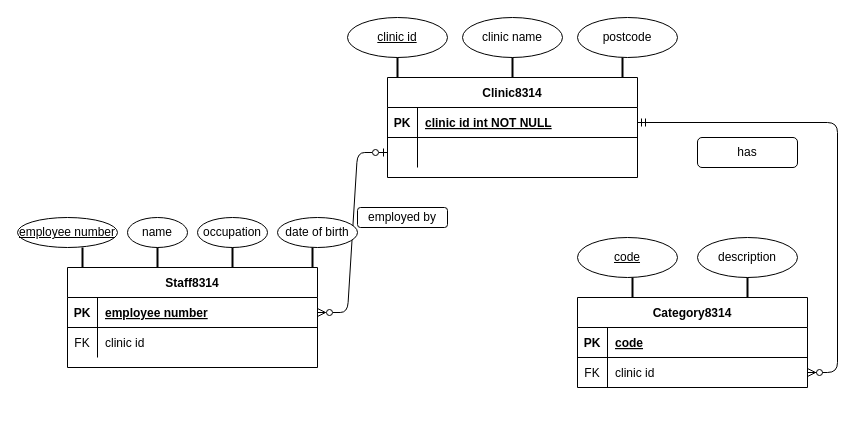
This is Untitled Diagram.drawio from ericli1228/ERD, a draw.io file, before an edit. Source tidied: cells renumbered, new cells numbered last; positions are measured from the earlier drawing's top-left corner, leaving out a move shared by most shapes. Both pictures are drawn from the tidied source at 100%, with x=0, y=0 at pixel (17, 17).
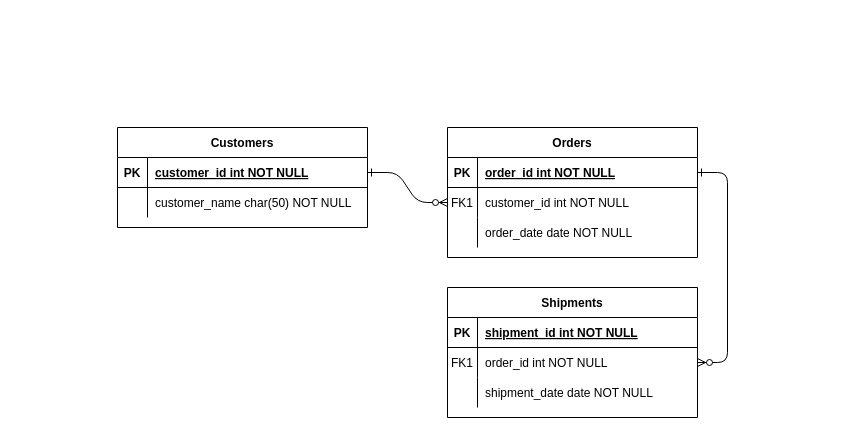
After the change.

Unchanged cells that the change refers to:
```xml
<mxCell id="5" style="shape=partialRectangle;fillColor=none;points=[[0,0.5],[1,0.5]];portConstraint=eastwest;top=0;left=0;right=0;bottom=1;" parent="4" vertex="1">
  <mxGeometry y="30" width="250" height="30" as="geometry" />
</mxCell>
<mxCell id="19" style="shape=partialRectangle;fillColor=none;points=[[0,0.5],[1,0.5]];portConstraint=eastwest;top=0;left=0;right=0;bottom=1;" parent="18" vertex="1">
  <mxGeometry y="30" width="250" height="30" as="geometry" />
</mxCell>
<mxCell id="22" style="shape=partialRectangle;fillColor=none;top=0;left=0;right=0;bottom=0;" parent="18" vertex="1">
  <mxGeometry y="60" width="250" height="30" as="geometry" />
</mxCell>
```

What changed in the source:
```diff
@@
-    <mxCell id="2" style="edgeStyle=entityRelationEdgeStyle;endArrow=ERzeroToOne;startArrow=ERzeroToMany;endFill=0;startFill=0;html=1;" parent="1" edge="1" source="19">
-      <mxGeometry relative="1" as="geometry">
-        <mxPoint x="370" y="135" as="targetPoint" />
-      </mxGeometry>
+    <mxCell id="2" style="edgeStyle=entityRelationEdgeStyle;endArrow=ERzeroToMany;startArrow=ERone;endFill=1;startFill=0;" parent="1" edge="1" source="19" target="45">
+      <mxGeometry relative="1" as="geometry" />
     </mxCell>
-    <mxCell id="3" style="edgeStyle=entityRelationEdgeStyle;endArrow=ERzeroToMany;startArrow=ERmandOne;endFill=1;startFill=0;" parent="1" edge="1" source="5" target="15">
+    <mxCell id="3" style="edgeStyle=entityRelationEdgeStyle;endArrow=ERzeroToMany;startArrow=ERone;endFill=1;startFill=0;" parent="1" edge="1" source="5" target="15">
       <mxGeometry relative="1" as="geometry" />
     </mxCell>
-    <mxCell id="4" value="Clinic8314" style="shape=table;startSize=30;childLayout=tableLayout;rowLines=0;fontStyle=1;align=center;" parent="1" vertex="1">
-      <mxGeometry x="370" y="60" width="250" height="100" as="geometry" />
+    <mxCell id="4" value="Orders" style="shape=table;startSize=30;childLayout=tableLayout;rowLines=0;fontStyle=1;align=center;" parent="1" vertex="1">
+      <mxGeometry x="430" y="110" width="250" height="130" as="geometry" />
     </mxCell>
@@
-    <mxCell id="7" value="clinic id int NOT NULL " style="shape=partialRectangle;overflow=hidden;fillColor=none;top=0;left=0;bottom=0;right=0;align=left;spacingLeft=6;fontStyle=5;" parent="5" vertex="1">
+    <mxCell id="7" value="order_id int NOT NULL " style="shape=partialRectangle;overflow=hidden;fillColor=none;top=0;left=0;bottom=0;right=0;align=left;spacingLeft=6;fontStyle=5;" parent="5" vertex="1">
       <mxGeometry x="30" width="220" height="30" as="geometry" />
     </mxCell>
+    <mxCell id="45" style="shape=partialRectangle;fillColor=none;points=[[0,0.5],[1,0.5]];portConstraint=eastwest;top=0;left=0;right=0;bottom=0;" parent="4" vertex="1">
+      <mxGeometry y="60" width="250" height="30" as="geometry" />
+    </mxCell>
+    <mxCell id="46" value="FK1" style="shape=partialRectangle;overflow=hidden;fillColor=none;top=0;left=0;bottom=0;right=0;" parent="45" vertex="1">
+      <mxGeometry width="30" height="30" as="geometry" />
+    </mxCell>
+    <mxCell id="47" value="customer_id int NOT NULL" style="shape=partialRectangle;overflow=hidden;fillColor=none;top=0;left=0;bottom=0;right=0;align=left;spacingLeft=6;" parent="45" vertex="1">
+      <mxGeometry x="30" width="220" height="30" as="geometry" />
+    </mxCell>
     <mxCell id="8" style="shape=partialRectangle;fillColor=none;top=0;left=0;right=0;bottom=0;" parent="4" vertex="1">
-      <mxGeometry y="60" width="250" height="30" as="geometry" />
+      <mxGeometry y="90" width="250" height="30" as="geometry" />
     </mxCell>
@@
-    <mxCell id="10" style="shape=partialRectangle;overflow=hidden;fillColor=none;top=0;left=0;bottom=0;right=0;align=left;spacingLeft=6;" parent="8" vertex="1">
+    <mxCell id="10" value="order_date date NOT NULL" style="shape=partialRectangle;overflow=hidden;fillColor=none;top=0;left=0;bottom=0;right=0;align=left;spacingLeft=6;" parent="8" vertex="1">
       <mxGeometry x="30" width="220" height="30" as="geometry" />
     </mxCell>
-    <mxCell id="11" value="Category8314" style="shape=table;startSize=30;childLayout=tableLayout;rowLines=0;fontStyle=1;align=center;" parent="1" vertex="1">
-      <mxGeometry x="560" y="280" width="230" height="90" as="geometry" />
+    <mxCell id="11" value="Shipments" style="shape=table;startSize=30;childLayout=tableLayout;rowLines=0;fontStyle=1;align=center;" parent="1" vertex="1">
+      <mxGeometry x="430" y="270" width="250" height="130" as="geometry" />
     </mxCell>
     <mxCell id="12" style="shape=partialRectangle;fillColor=none;top=0;left=0;right=0;bottom=1;" parent="11" vertex="1">
-      <mxGeometry y="30" width="230" height="30" as="geometry" />
+      <mxGeometry y="30" width="250" height="30" as="geometry" />
     </mxCell>
@@
-    <mxCell id="14" value="code" style="shape=partialRectangle;overflow=hidden;fillColor=none;top=0;left=0;bottom=0;right=0;align=left;spacingLeft=6;fontStyle=5;" parent="12" vertex="1">
-      <mxGeometry x="30" width="200" height="30" as="geometry" />
+    <mxCell id="14" value="shipment_id int NOT NULL " style="shape=partialRectangle;overflow=hidden;fillColor=none;top=0;left=0;bottom=0;right=0;align=left;spacingLeft=6;fontStyle=5;" parent="12" vertex="1">
+      <mxGeometry x="30" width="220" height="30" as="geometry" />
     </mxCell>
     <mxCell id="15" style="shape=partialRectangle;fillColor=none;points=[[0,0.5],[1,0.5]];portConstraint=eastwest;top=0;left=0;right=0;bottom=0;" parent="11" vertex="1">
-      <mxGeometry y="60" width="230" height="30" as="geometry" />
+      <mxGeometry y="60" width="250" height="30" as="geometry" />
     </mxCell>
-    <mxCell id="16" value="FK" style="shape=partialRectangle;overflow=hidden;fillColor=none;top=0;left=0;bottom=0;right=0;" parent="15" vertex="1">
+    <mxCell id="16" value="FK1" style="shape=partialRectangle;overflow=hidden;fillColor=none;top=0;left=0;bottom=0;right=0;" parent="15" vertex="1">
       <mxGeometry width="30" height="30" as="geometry" />
     </mxCell>
-    <mxCell id="17" value="clinic id" style="shape=partialRectangle;overflow=hidden;fillColor=none;top=0;left=0;bottom=0;right=0;align=left;spacingLeft=6;" parent="15" vertex="1">
-      <mxGeometry x="30" width="200" height="30" as="geometry" />
+    <mxCell id="17" value="order_id int NOT NULL" style="shape=partialRectangle;overflow=hidden;fillColor=none;top=0;left=0;bottom=0;right=0;align=left;spacingLeft=6;" parent="15" vertex="1">
+      <mxGeometry x="30" width="220" height="30" as="geometry" />
     </mxCell>
+    <mxCell id="48" style="shape=partialRectangle;fillColor=none;top=0;left=0;right=0;bottom=0;" parent="11" vertex="1">
+      <mxGeometry y="90" width="250" height="30" as="geometry" />
+    </mxCell>
+    <mxCell id="49" style="shape=partialRectangle;overflow=hidden;fillColor=none;top=0;left=0;bottom=0;right=0;" parent="48" vertex="1">
+      <mxGeometry width="30" height="30" as="geometry" />
+    </mxCell>
+    <mxCell id="50" value="shipment_date date NOT NULL" style="shape=partialRectangle;overflow=hidden;fillColor=none;top=0;left=0;bottom=0;right=0;align=left;spacingLeft=6;" parent="48" vertex="1">
+      <mxGeometry x="30" width="220" height="30" as="geometry" />
+    </mxCell>
-    <mxCell id="18" value="Staff8314" style="shape=table;startSize=30;childLayout=tableLayout;rowLines=0;fontStyle=1;align=center;" parent="1" vertex="1">
-      <mxGeometry x="50" y="250" width="250" height="100" as="geometry" />
+    <mxCell id="18" value="Customers" style="shape=table;startSize=30;childLayout=tableLayout;rowLines=0;fontStyle=1;align=center;" parent="1" vertex="1">
+      <mxGeometry x="100" y="110" width="250" height="100" as="geometry" />
     </mxCell>
@@
-    <mxCell id="21" value="employee number" style="shape=partialRectangle;overflow=hidden;fillColor=none;top=0;left=0;bottom=0;right=0;align=left;spacingLeft=6;fontStyle=5;" parent="19" vertex="1">
+    <mxCell id="21" value="customer_id int NOT NULL " style="shape=partialRectangle;overflow=hidden;fillColor=none;top=0;left=0;bottom=0;right=0;align=left;spacingLeft=6;fontStyle=5;" parent="19" vertex="1">
       <mxGeometry x="30" width="220" height="30" as="geometry" />
     </mxCell>
@@
-    <mxCell id="23" value="FK" style="shape=partialRectangle;overflow=hidden;fillColor=none;top=0;left=0;bottom=0;right=0;" parent="22" vertex="1">
+    <mxCell id="23" style="shape=partialRectangle;overflow=hidden;fillColor=none;top=0;left=0;bottom=0;right=0;" parent="22" vertex="1">
       <mxGeometry width="30" height="30" as="geometry" />
     </mxCell>
-    <mxCell id="24" value="clinic id" style="shape=partialRectangle;overflow=hidden;fillColor=none;top=0;left=0;bottom=0;right=0;align=left;spacingLeft=6;" parent="22" vertex="1">
+    <mxCell id="24" value="customer_name char(50) NOT NULL" style="shape=partialRectangle;overflow=hidden;fillColor=none;top=0;left=0;bottom=0;right=0;align=left;spacingLeft=6;" parent="22" vertex="1">
       <mxGeometry x="30" width="220" height="30" as="geometry" />
     </mxCell>
-    <mxCell id="25" value="clinic id" style="ellipse;whiteSpace=wrap;html=1;align=center;fontStyle=4;" parent="1" vertex="1">
-      <mxGeometry x="330" width="100" height="40" as="geometry" />
-    </mxCell>
-    <mxCell id="26" value="postcode" style="ellipse;whiteSpace=wrap;html=1;align=center;" parent="1" vertex="1">
-      <mxGeometry x="560" width="100" height="40" as="geometry" />
-    </mxCell>
-    <mxCell id="27" value="clinic name" style="ellipse;whiteSpace=wrap;html=1;align=center;" parent="1" vertex="1">
-      <mxGeometry x="445" width="100" height="40" as="geometry" />
-    </mxCell>
-    <mxCell id="28" style="line;strokeWidth=2;direction=south;html=1;" parent="1" vertex="1">
-      <mxGeometry x="375" y="40" width="10" height="20" as="geometry" />
-    </mxCell>
-    <mxCell id="29" style="line;strokeWidth=2;direction=south;html=1;" parent="1" vertex="1">
-      <mxGeometry x="490" y="40" width="10" height="20" as="geometry" />
-    </mxCell>
-    <mxCell id="30" style="line;strokeWidth=2;direction=south;html=1;" parent="1" vertex="1">
-      <mxGeometry x="600" y="40" width="10" height="20" as="geometry" />
-    </mxCell>
-    <mxCell id="31" value="employee number" style="ellipse;whiteSpace=wrap;html=1;align=center;fontStyle=4;" parent="1" vertex="1">
-      <mxGeometry y="200" width="100" height="30" as="geometry" />
-    </mxCell>
-    <mxCell id="32" value="name" style="ellipse;whiteSpace=wrap;html=1;align=center;" parent="1" vertex="1">
-      <mxGeometry x="110" y="200" width="60" height="30" as="geometry" />
-    </mxCell>
-    <mxCell id="33" value="occupation" style="ellipse;whiteSpace=wrap;html=1;align=center;" parent="1" vertex="1">
-      <mxGeometry x="180" y="200" width="70" height="30" as="geometry" />
-    </mxCell>
-    <mxCell id="34" value="date of birth" style="ellipse;whiteSpace=wrap;html=1;align=center;" parent="1" vertex="1">
-      <mxGeometry x="260" y="200" width="80" height="30" as="geometry" />
-    </mxCell>
-    <mxCell id="35" value="description" style="ellipse;whiteSpace=wrap;html=1;align=center;" parent="1" vertex="1">
-      <mxGeometry x="680" y="220" width="100" height="40" as="geometry" />
-    </mxCell>
-    <mxCell id="36" value="code" style="ellipse;whiteSpace=wrap;html=1;align=center;fontStyle=4;fillColor=none;" parent="1" vertex="1">
-      <mxGeometry x="560" y="220" width="100" height="40" as="geometry" />
-    </mxCell>
-    <mxCell id="37" style="line;strokeWidth=2;direction=south;html=1;fillColor=none;" parent="1" vertex="1">
-      <mxGeometry x="60" y="230" width="10" height="20" as="geometry" />
-    </mxCell>
-    <mxCell id="38" style="line;strokeWidth=2;direction=south;html=1;fillColor=none;" parent="1" vertex="1">
-      <mxGeometry x="135" y="230" width="10" height="20" as="geometry" />
-    </mxCell>
-    <mxCell id="39" style="line;strokeWidth=2;direction=south;html=1;fillColor=none;" parent="1" vertex="1">
-      <mxGeometry x="210" y="230" width="10" height="20" as="geometry" />
-    </mxCell>
-    <mxCell id="40" style="line;strokeWidth=2;direction=south;html=1;fillColor=none;" parent="1" vertex="1">
-      <mxGeometry x="290" y="230" width="10" height="20" as="geometry" />
-    </mxCell>
-    <mxCell id="41" style="line;strokeWidth=2;direction=south;html=1;fillColor=none;" parent="1" vertex="1">
-      <mxGeometry x="610" y="260" width="10" height="20" as="geometry" />
-    </mxCell>
-    <mxCell id="42" style="line;strokeWidth=2;direction=south;html=1;fillColor=none;" parent="1" vertex="1">
-      <mxGeometry x="725" y="260" width="10" height="20" as="geometry" />
-    </mxCell>
-    <mxCell id="43" value="employed by" style="rounded=1;whiteSpace=wrap;html=1;labelBorderColor=none;fillColor=none;" parent="1" vertex="1">
-      <mxGeometry x="340" y="190" width="90" height="20" as="geometry" />
-    </mxCell>
-    <mxCell id="44" value="has" style="rounded=1;whiteSpace=wrap;html=1;labelBorderColor=none;fillColor=none;" parent="1" vertex="1">
-      <mxGeometry x="680" y="120" width="100" height="30" as="geometry" />
-    </mxCell>
```
